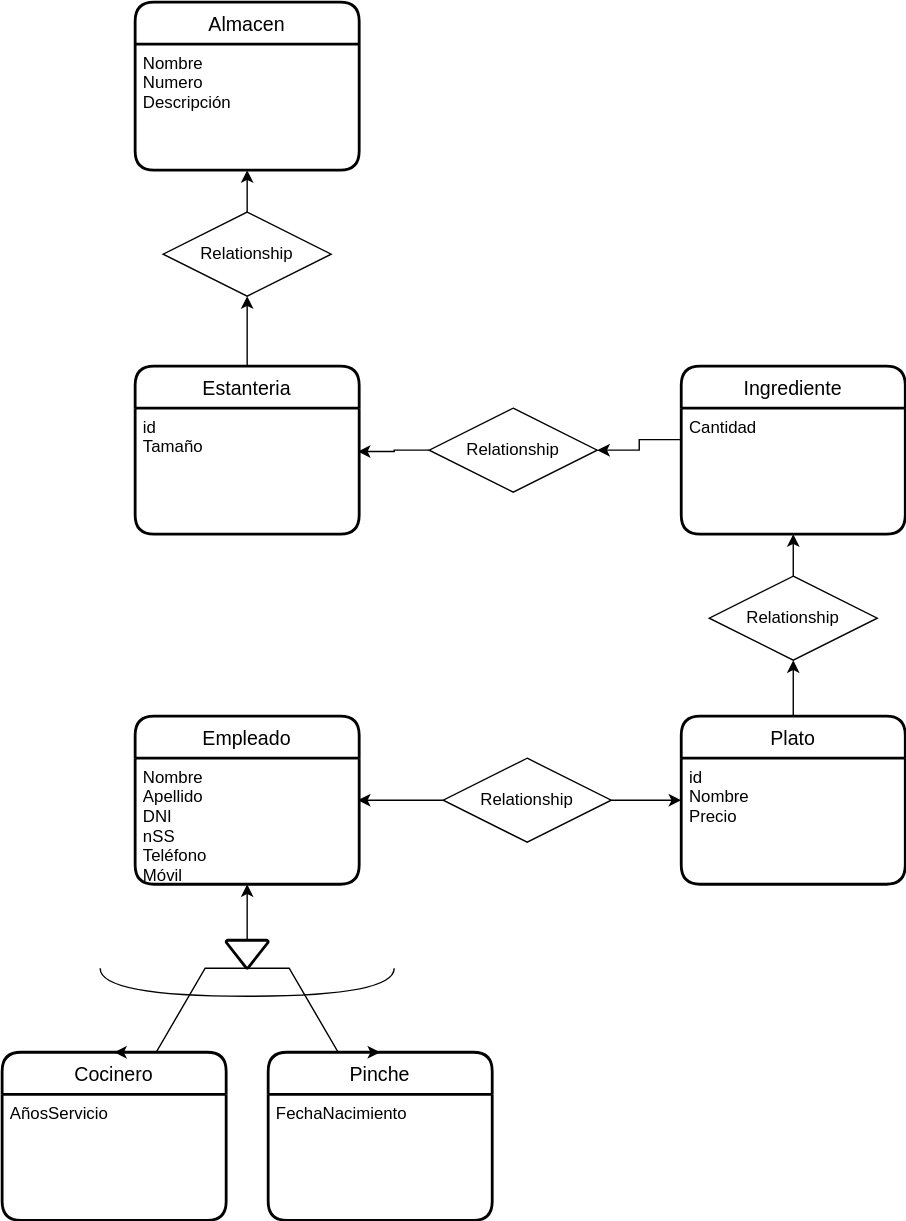
Before: UD12-13.svg, a diagram exported from draw.io (Jimxx22/C3-UD11-UML). Source tidied: cells renumbered, new cells last; positions are measured from the earlier drawing's top-left corner, leaving out a move shared by most shapes.
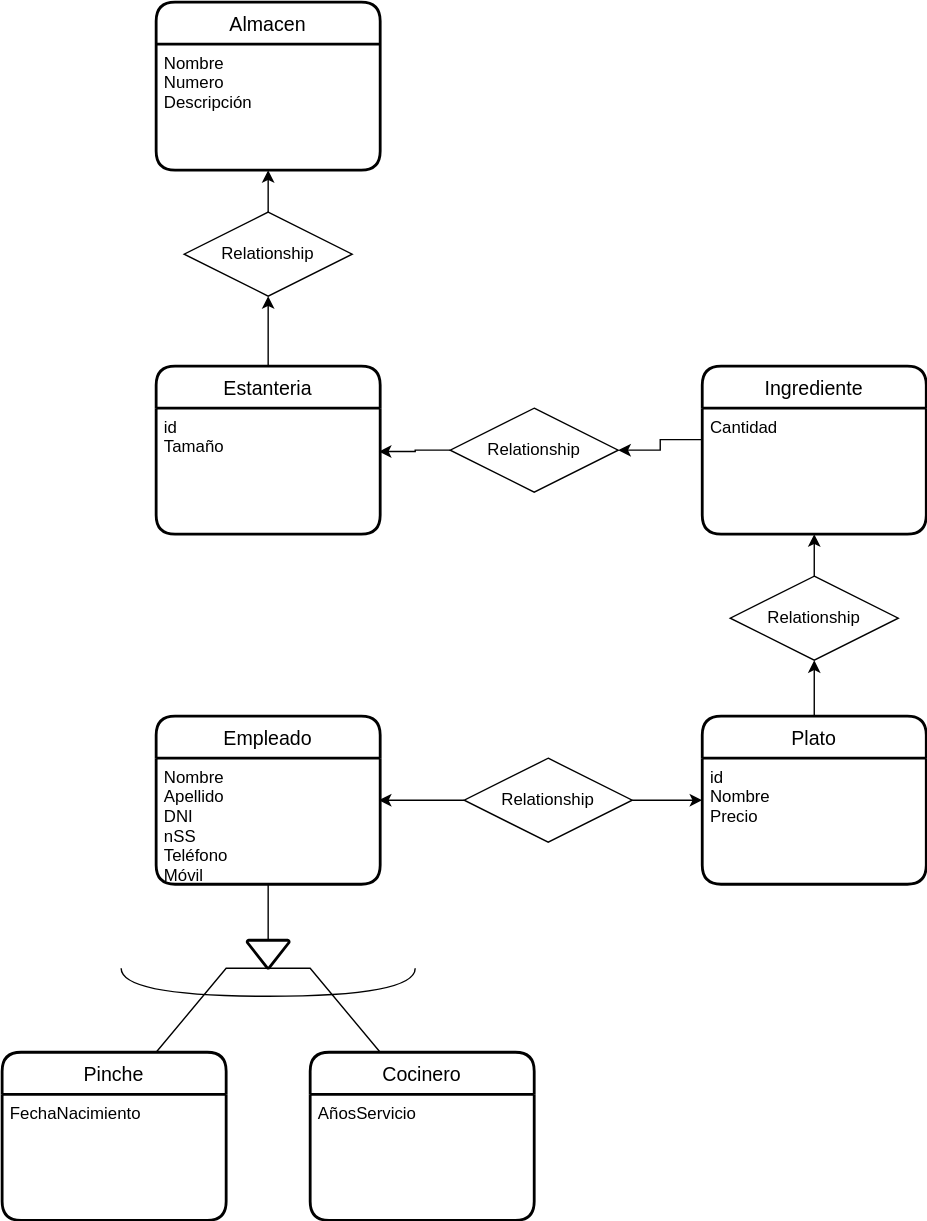
After the change.

Change to the diagram source:
```diff
@@ -9,13 +9,13 @@
       <mxGeometry y="30" width="160" height="90" as="geometry" />
     </mxCell>
     <mxCell id="4" value="Cocinero" style="swimlane;horizontal=1;startSize=30;rounded=1;fontSize=14;fontStyle=0;strokeWidth=2;shadow=0;dashed=0;align=center;" parent="1" vertex="1">
-      <mxGeometry y="750" width="160" height="120" as="geometry" />
+      <mxGeometry x="205" y="750" width="160" height="120" as="geometry" />
     </mxCell>
     <mxCell id="5" value="AñosServicio" style="align=left;strokeColor=none;fillColor=none;spacingLeft=4;fontSize=12;verticalAlign=top;" parent="4" vertex="1">
       <mxGeometry y="30" width="160" height="90" as="geometry" />
     </mxCell>
     <mxCell id="6" value="Pinche" style="swimlane;horizontal=1;startSize=30;rounded=1;fontSize=14;fontStyle=0;strokeWidth=2;shadow=0;dashed=0;align=center;" parent="1" vertex="1">
-      <mxGeometry x="190" y="750" width="160" height="120" as="geometry" />
+      <mxGeometry x="-15" y="750" width="160" height="120" as="geometry" />
     </mxCell>
     <mxCell id="7" value="FechaNacimiento" style="align=left;strokeColor=none;fillColor=none;spacingLeft=4;fontSize=12;verticalAlign=top;" parent="6" vertex="1">
       <mxGeometry y="30" width="160" height="90" as="geometry" />
@@ -80,16 +80,16 @@
     <mxCell id="27" style="edgeStyle=orthogonalEdgeStyle;rounded=0;jettySize=auto;html=1;exitX=0;exitY=0.25;exitDx=0;exitDy=0;entryX=1;entryY=0.5;entryDx=0;entryDy=0;" parent="1" edge="1" source="12" target="21">
       <mxGeometry relative="1" as="geometry" />
     </mxCell>
-    <mxCell id="28" style="edgeStyle=orthogonalEdgeStyle;rounded=0;jettySize=auto;html=1;exitX=0.5;exitY=0;exitDx=0;exitDy=0;exitPerimeter=0;entryX=0.5;entryY=1;entryDx=0;entryDy=0;" parent="1" edge="1" source="29" target="3">
+    <mxCell id="28" style="edgeStyle=orthogonalEdgeStyle;rounded=0;jettySize=auto;html=1;exitX=0.5;exitY=0;exitDx=0;exitDy=0;exitPerimeter=0;entryX=0.5;entryY=1;entryDx=0;entryDy=0;endArrow=none;endFill=0;" parent="1" edge="1" source="29" target="3">
       <mxGeometry relative="1" as="geometry" />
     </mxCell>
     <mxCell id="29" style="strokeWidth=2;html=1;shape=mxgraph.flowchart.merge_or_storage;whiteSpace=wrap;labelBackgroundColor=none;" parent="1" vertex="1">
       <mxGeometry x="160" y="670" width="30" height="20" as="geometry" />
     </mxCell>
-    <mxCell id="30" style="edgeStyle=entityRelationEdgeStyle;rounded=0;jettySize=auto;html=1;exitX=0;exitY=0.5;exitDx=0;exitDy=0;exitPerimeter=0;entryX=0.5;entryY=0;entryDx=0;entryDy=0;strokeColor=default;" parent="1" edge="1" source="32" target="6">
+    <mxCell id="30" style="edgeStyle=entityRelationEdgeStyle;rounded=0;jettySize=auto;html=1;exitX=0;exitY=0.5;exitDx=0;exitDy=0;exitPerimeter=0;entryX=0.5;entryY=0;entryDx=0;entryDy=0;strokeColor=default;endArrow=none;endFill=0;" parent="1" edge="1" source="32" target="4">
       <mxGeometry relative="1" as="geometry" />
     </mxCell>
-    <mxCell id="31" style="edgeStyle=entityRelationEdgeStyle;rounded=0;jettySize=auto;html=1;exitX=0;exitY=0.5;exitDx=0;exitDy=0;exitPerimeter=0;entryX=0.5;entryY=0;entryDx=0;entryDy=0;strokeColor=default;" parent="1" edge="1" source="32" target="4">
+    <mxCell id="31" style="edgeStyle=entityRelationEdgeStyle;rounded=0;jettySize=auto;html=1;exitX=0;exitY=0.5;exitDx=0;exitDy=0;exitPerimeter=0;entryX=0.5;entryY=0;entryDx=0;entryDy=0;strokeColor=default;endArrow=none;endFill=0;" parent="1" edge="1" source="32" target="6">
       <mxGeometry relative="1" as="geometry" />
     </mxCell>
     <mxCell id="32" style="shape=requiredInterface;html=1;verticalLabelPosition=bottom;sketch=0;direction=south;labelBackgroundColor=none;" parent="1" vertex="1">
```
